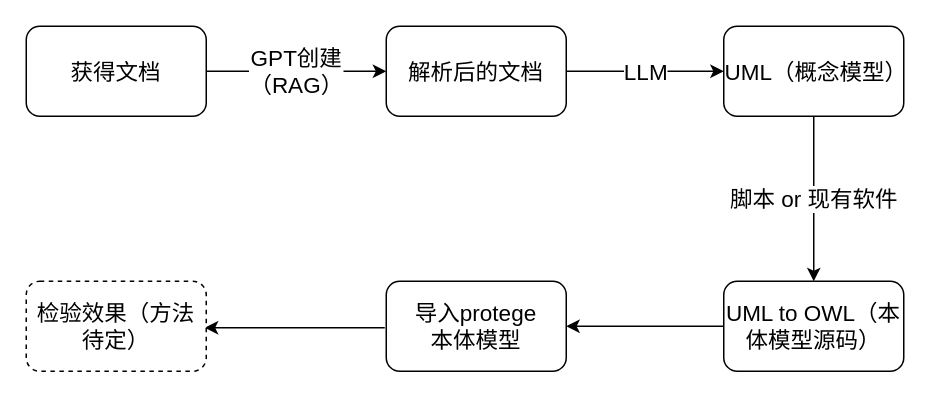
yizhezhixing/yizhezhixing keeps this draw.io diagram as 2.28.drawio. Above is the earlier version. Source tidied: cells renumbered, new cells numbered last; positions are measured from the earlier drawing's top-left corner, leaving out a move shared by most shapes. Both pictures are drawn from the tidied source at 150%, with x=0, y=0 at pixel (26, 26).
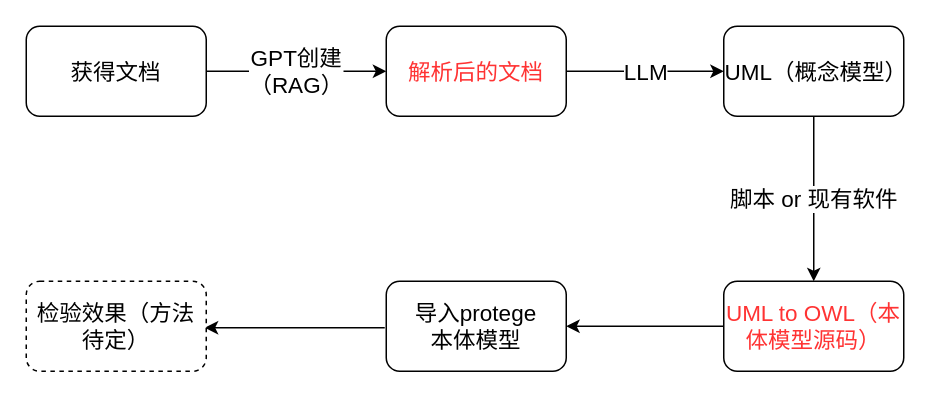
After the change.

Diff of the diagram source:
```diff
@@
 <mxGraphModel>
   <root>
     <mxCell id="0" />
     <mxCell id="1" parent="0" />
     <mxCell id="2" value="GPT创建&lt;div&gt;（RAG）&lt;/div&gt;" style="edgeStyle=orthogonalEdgeStyle;rounded=0;jettySize=auto;html=1;fontSize=15;" parent="1" edge="1" source="3" target="5">
       <mxGeometry relative="1" as="geometry" />
     </mxCell>
     <mxCell id="3" value="获得文档" style="rounded=1;whiteSpace=wrap;html=1;fontSize=15;" parent="1" vertex="1">
       <mxGeometry width="120" height="60" as="geometry" />
     </mxCell>
     <mxCell id="4" value="LLM" style="edgeStyle=orthogonalEdgeStyle;rounded=0;jettySize=auto;html=1;fontSize=15;" parent="1" edge="1" source="5" target="7">
       <mxGeometry relative="1" as="geometry" />
     </mxCell>
-    <mxCell id="5" value="解析后的文档" style="rounded=1;whiteSpace=wrap;html=1;fontSize=15;" parent="1" vertex="1">
+    <mxCell id="5" value="解析后的文档" style="rounded=1;whiteSpace=wrap;html=1;fontSize=15;fontColor=#FF3333;" parent="1" vertex="1">
       <mxGeometry x="240" width="120" height="60" as="geometry" />
     </mxCell>
     <mxCell id="6" value="脚本 or 现有软件" style="edgeStyle=orthogonalEdgeStyle;rounded=0;jettySize=auto;html=1;fontSize=15;" parent="1" edge="1" source="7" target="9">
       <mxGeometry relative="1" as="geometry" />
     </mxCell>
     <mxCell id="7" value="UML（概念模型）" style="rounded=1;whiteSpace=wrap;html=1;fontSize=15;" parent="1" vertex="1">
       <mxGeometry x="465" width="120" height="60" as="geometry" />
     </mxCell>
     <mxCell id="8" style="edgeStyle=orthogonalEdgeStyle;rounded=0;jettySize=auto;html=1;fontSize=15;" parent="1" edge="1" source="9" target="11">
       <mxGeometry relative="1" as="geometry" />
     </mxCell>
-    <mxCell id="9" value="UML to OWL（本体模型源码）" style="rounded=1;whiteSpace=wrap;html=1;fontSize=15;" parent="1" vertex="1">
+    <mxCell id="9" value="UML to OWL（本体模型源码）" style="rounded=1;whiteSpace=wrap;html=1;fontSize=15;fontColor=#FF3333;" parent="1" vertex="1">
       <mxGeometry x="465" y="170" width="120" height="60" as="geometry" />
     </mxCell>
     <mxCell id="10" style="edgeStyle=orthogonalEdgeStyle;rounded=0;orthogonalLoop=1;jettySize=auto;html=1;fontSize=15;" parent="1" edge="1">
       <mxGeometry relative="1" as="geometry">
         <mxPoint x="239" y="201" as="sourcePoint" />
         <mxPoint x="119" y="201" as="targetPoint" />
       </mxGeometry>
     </mxCell>
     <mxCell id="11" value="导入protege&lt;div&gt;本体模型&lt;/div&gt;" style="rounded=1;whiteSpace=wrap;html=1;fontSize=15;" parent="1" vertex="1">
       <mxGeometry x="240" y="170" width="120" height="60" as="geometry" />
     </mxCell>
     <mxCell id="12" value="检验效果（方法待定）" style="rounded=1;whiteSpace=wrap;html=1;dashed=1;fontSize=15;" parent="1" vertex="1">
       <mxGeometry y="170" width="120" height="60" as="geometry" />
     </mxCell>
   </root>
 </mxGraphModel>
```
